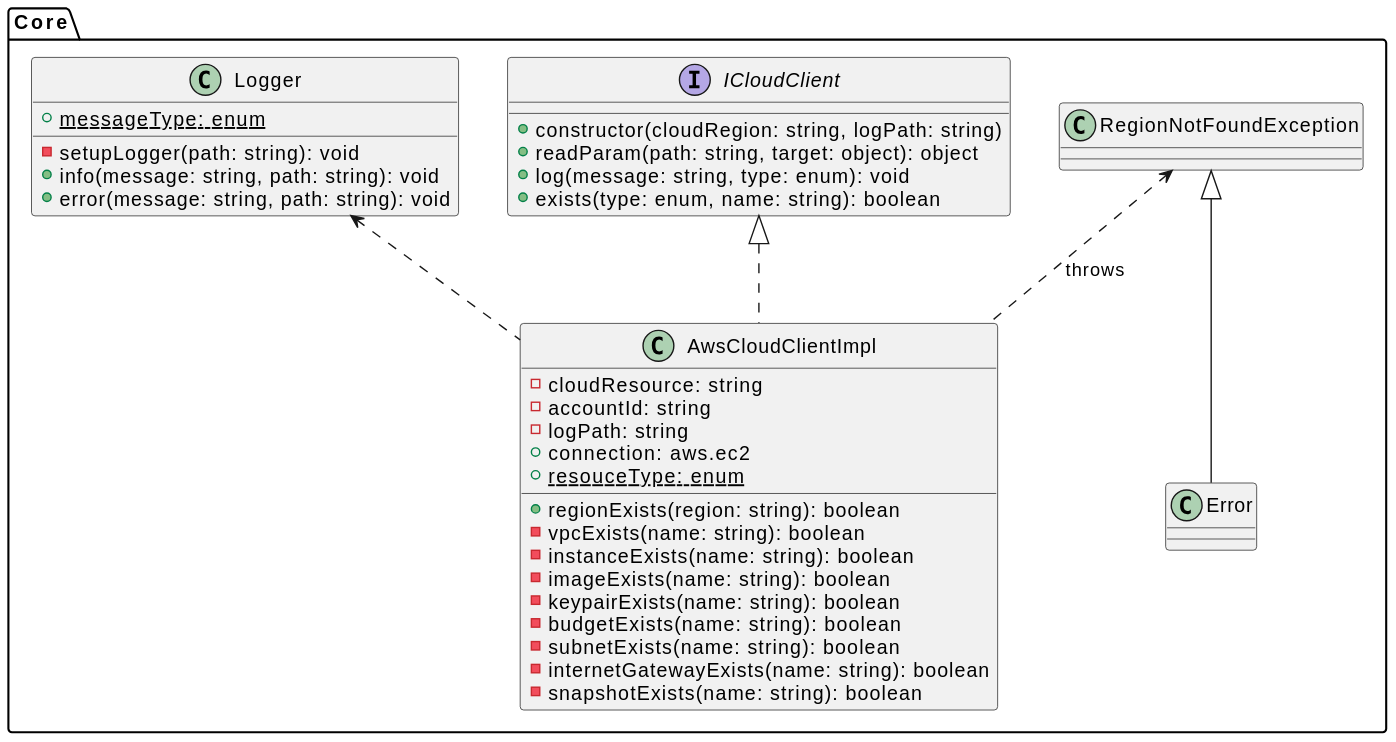
This is doc/class_diagram/diagram.svg from Thynkon/VIR1-CORE, a PlantUML export, as it was before one commit. Its diagram source:
```plantuml
@startuml

package "Core"{

    interface ICloudClient{
        +constructor(cloudRegion: string, logPath: string)
        +readParam(path: string, target: object): object
        +log(message: string, type: enum): void
        +exists(type: enum, name: string): boolean
    }

    class AwsCloudClientImpl {
        -cloudResource: string
        -accountId: string
        -logPath: string
        +connection: aws.ec2
        {static} +resouceType: enum

        +regionExists(region: string): boolean
        -vpcExists(name: string): boolean
        -instanceExists(name: string): boolean
        -imageExists(name: string): boolean
        -keypairExists(name: string): boolean
        -budgetExists(name: string): boolean
        -subnetExists(name: string): boolean
        -internetGatewayExists(name: string): boolean
        -snapshotExists(name: string): boolean
    }

    class Error
    class RegionNotFoundException

    class Logger {
        {static} +messageType: enum

        -setupLogger(path: string): void
        +info(message: string, path: string): void
        +error(message: string, path: string): void
    }

    ICloudClient <|.. AwsCloudClientImpl
    Logger <.. AwsCloudClientImpl
    RegionNotFoundException <.. AwsCloudClientImpl: throws
    RegionNotFoundException <|-- Error
}

@enduml
```
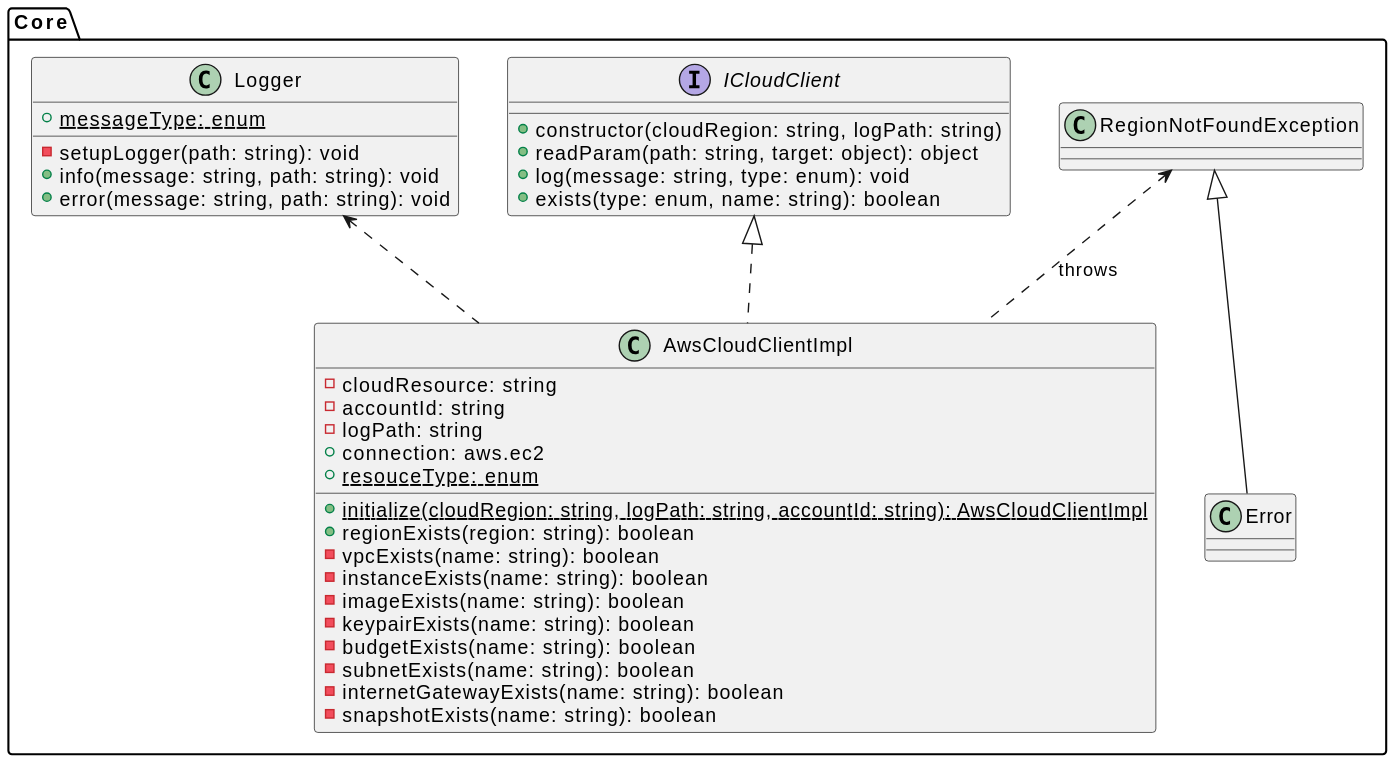
After the change.

Commit message:
Add initialize method to class diagram

Diff of the diagram source:
```diff
@@ -16,6 +16,7 @@
         +connection: aws.ec2
         {static} +resouceType: enum
 
+        {static} +initialize(cloudRegion: string, logPath: string, accountId: string): AwsCloudClientImpl
         +regionExists(region: string): boolean
         -vpcExists(name: string): boolean
         -instanceExists(name: string): boolean
```
